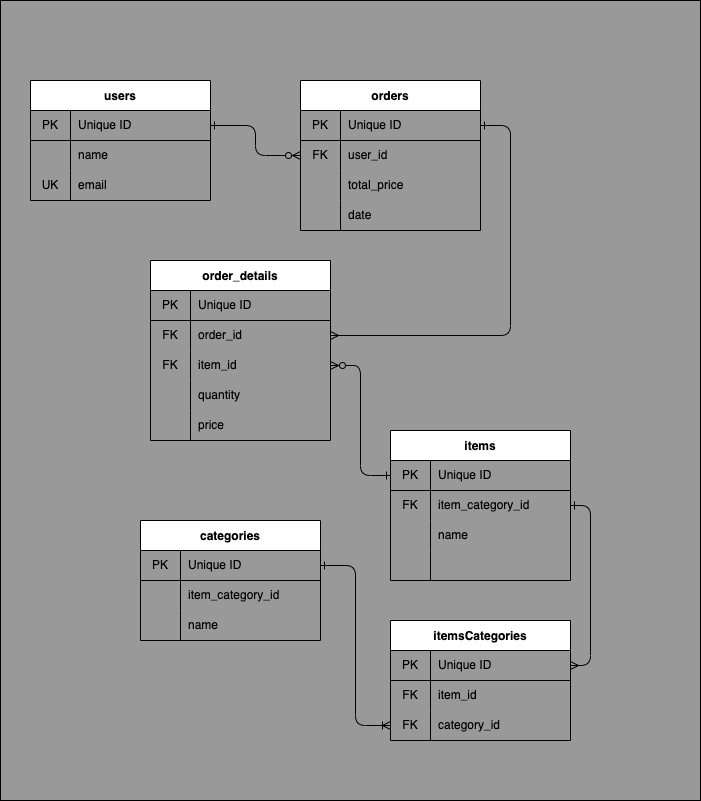
kiyotakeshi/NPlus1Sample keeps this draw.io diagram as docs/er.drawio.png. Above is the earlier version. Source tidied: cells renumbered, new cells last; positions are measured from the earlier drawing's top-left corner, leaving out a move shared by most shapes.
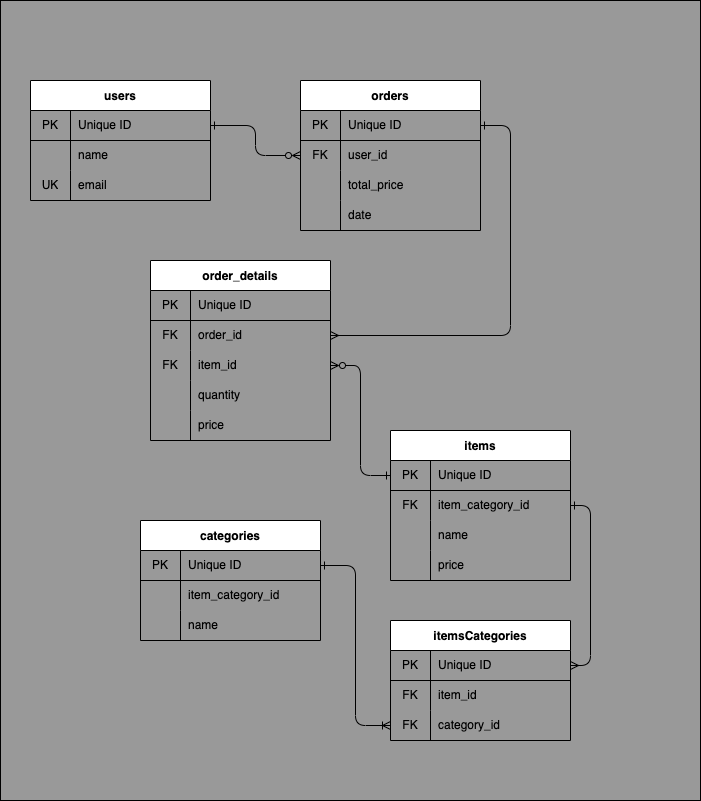
The same diagram one commit later.

The edit, as a diff of the source:
```diff
@@ -158,7 +158,7 @@
     <mxCell id="53" style="shape=partialRectangle;html=1;whiteSpace=wrap;fillColor=none;top=0;left=0;bottom=0;right=0;overflow=hidden;" parent="52" vertex="1">
       <mxGeometry width="40" height="30" as="geometry" />
     </mxCell>
-    <mxCell id="54" style="shape=partialRectangle;html=1;whiteSpace=wrap;fillColor=none;top=0;left=0;bottom=0;right=0;align=left;spacingLeft=6;overflow=hidden;" parent="52" vertex="1">
+    <mxCell id="54" value="price" style="shape=partialRectangle;html=1;whiteSpace=wrap;fillColor=none;top=0;left=0;bottom=0;right=0;align=left;spacingLeft=6;overflow=hidden;" parent="52" vertex="1">
       <mxGeometry x="40" width="140" height="30" as="geometry" />
     </mxCell>
     <mxCell id="55" style="edgeStyle=orthogonalEdgeStyle;html=1;exitX=1;exitY=0.5;exitDx=0;exitDy=0;entryX=0;entryY=0.5;entryDx=0;entryDy=0;startArrow=ERzeroToMany;startFill=0;endArrow=ERone;endFill=0;" parent="1" edge="1" source="33" target="43">
```
